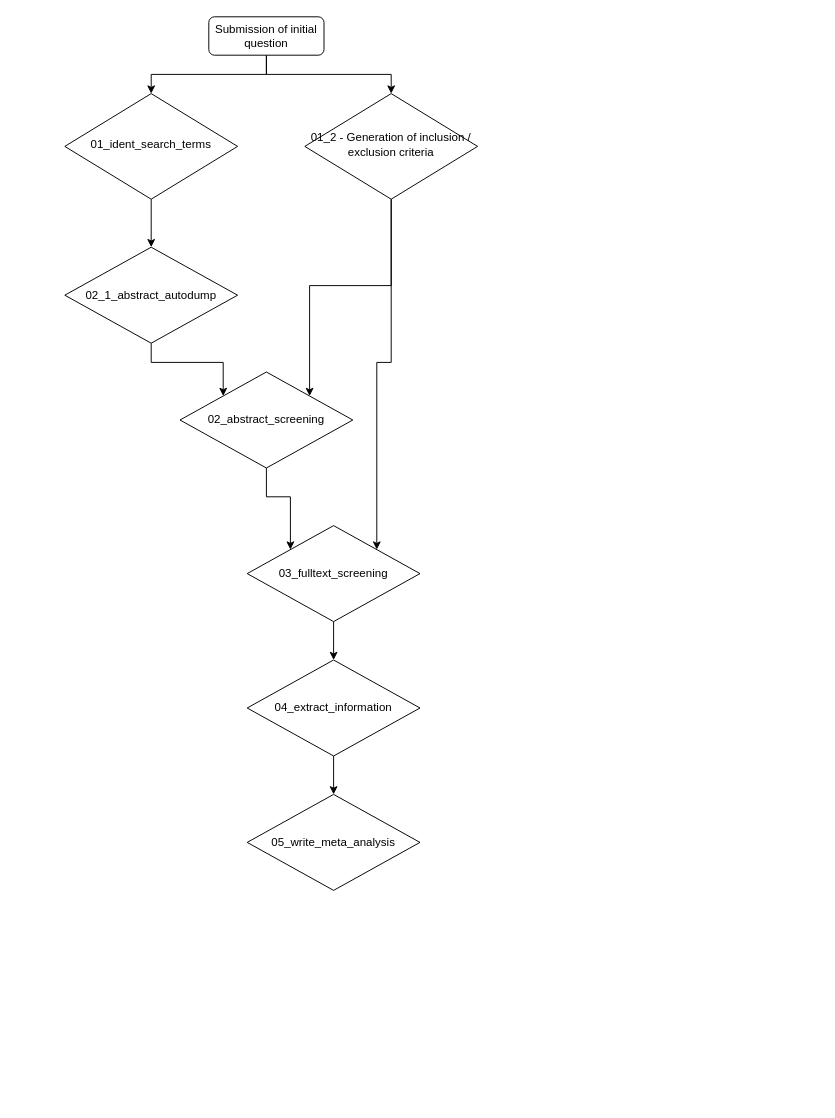
Above: Flowchart.drawio in StudentNOS/MA-LLM (draw.io), before the change. Source tidied: cells renumbered, new cells numbered last; positions are measured from the earlier drawing's top-left corner, leaving out a move shared by most shapes. Both pictures are drawn from the tidied source at 96%, with x=0, y=0 at pixel (64, 16).
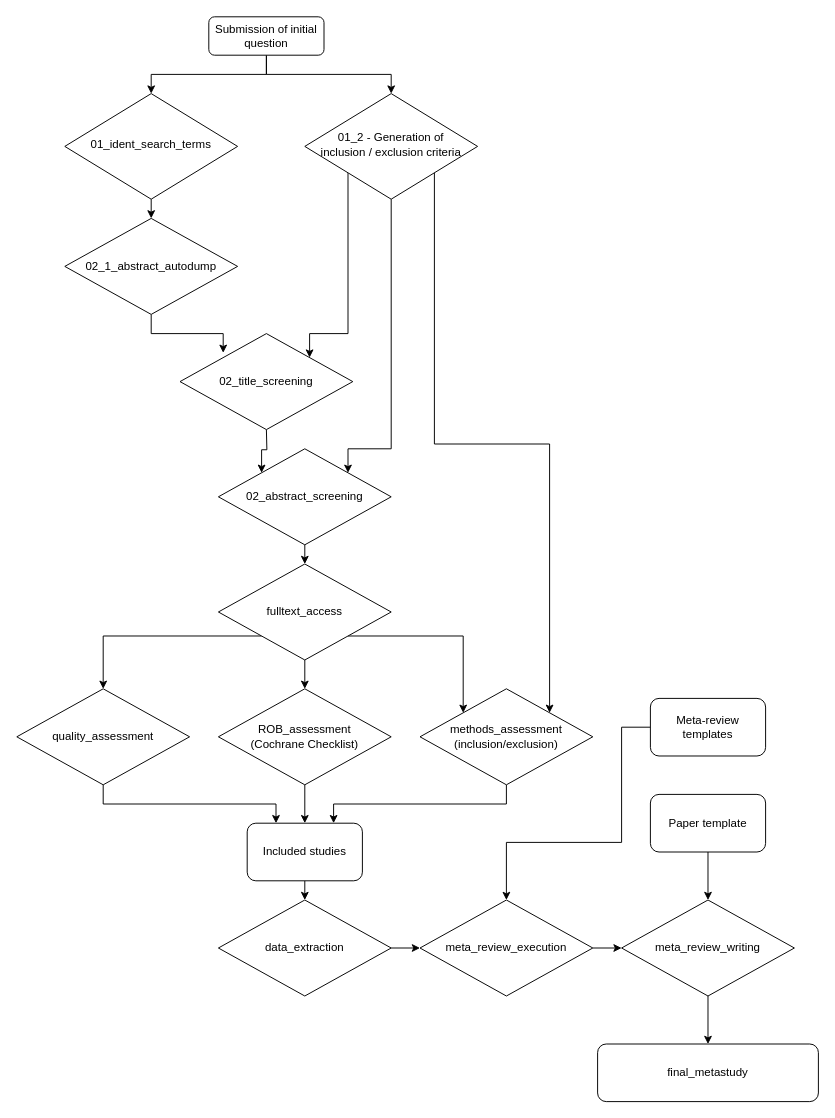
Above is the later version.

Diff of the diagram source:
```diff
@@
+    <mxCell id="19" style="edgeStyle=orthogonalEdgeStyle;rounded=0;jettySize=auto;html=1;exitX=0;exitY=1;exitDx=0;exitDy=0;entryX=1;entryY=0;entryDx=0;entryDy=0;" parent="1" edge="1" source="9" target="25">
+      <mxGeometry relative="1" as="geometry">
+        <Array as="points">
+          <mxPoint x="295" y="330" />
+          <mxPoint x="255" y="330" />
+        </Array>
+      </mxGeometry>
+    </mxCell>
-    <mxCell id="7" style="edgeStyle=orthogonalEdgeStyle;rounded=0;jettySize=auto;html=1;entryX=1;entryY=0;entryDx=0;entryDy=0;exitX=0.5;exitY=1;exitDx=0;exitDy=0;" parent="1" edge="1" source="9" target="13">
-      <mxGeometry relative="1" as="geometry" />
+    <mxCell id="7" style="edgeStyle=orthogonalEdgeStyle;rounded=0;jettySize=auto;html=1;exitX=0.5;exitY=1;exitDx=0;exitDy=0;entryX=1;entryY=0;entryDx=0;entryDy=0;" parent="1" edge="1" source="9" target="13">
+      <mxGeometry relative="1" as="geometry">
+        <Array as="points">
+          <mxPoint x="340" y="450" />
+          <mxPoint x="295" y="450" />
+        </Array>
+      </mxGeometry>
     </mxCell>
-    <mxCell id="8" style="edgeStyle=orthogonalEdgeStyle;rounded=0;jettySize=auto;html=1;entryX=1;entryY=0;entryDx=0;entryDy=0;" parent="1" edge="1" source="9" target="15">
-      <mxGeometry relative="1" as="geometry" />
-    </mxCell>
+    <mxCell id="20" style="edgeStyle=orthogonalEdgeStyle;rounded=0;jettySize=auto;html=1;exitX=1;exitY=1;exitDx=0;exitDy=0;entryX=1;entryY=0;entryDx=0;entryDy=0;" parent="1" edge="1" source="9" target="18">
+      <mxGeometry relative="1" as="geometry" />
+    </mxCell>
-    <mxCell id="9" value="01_2 - Generation of inclusion / exclusion criteria" style="rhombus;whiteSpace=wrap;html=1;shadow=0;fontFamily=Helvetica;fontSize=12;align=center;strokeWidth=1;spacing=6;spacingTop=-4;" parent="1" vertex="1">
+    <mxCell id="9" value="01_2 - Generation of &lt;br&gt;inclusion / exclusion criteria" style="rhombus;whiteSpace=wrap;html=1;shadow=0;fontFamily=Helvetica;fontSize=12;align=center;strokeWidth=1;spacing=6;spacingTop=-4;" parent="1" vertex="1">
       <mxGeometry x="250" y="80" width="180" height="110" as="geometry" />
     </mxCell>
-    <mxCell id="10" style="edgeStyle=orthogonalEdgeStyle;rounded=0;jettySize=auto;html=1;exitX=0.5;exitY=1;exitDx=0;exitDy=0;entryX=0;entryY=0;entryDx=0;entryDy=0;" parent="1" edge="1" source="11" target="13">
-      <mxGeometry relative="1" as="geometry" />
+    <mxCell id="10" style="edgeStyle=orthogonalEdgeStyle;rounded=0;jettySize=auto;html=1;exitX=0.5;exitY=1;exitDx=0;exitDy=0;entryX=0.25;entryY=0.2;entryDx=0;entryDy=0;entryPerimeter=0;" parent="1" edge="1" source="11" target="25">
+      <mxGeometry relative="1" as="geometry">
+        <Array as="points">
+          <mxPoint x="90" y="330" />
+          <mxPoint x="165" y="330" />
+        </Array>
+      </mxGeometry>
     </mxCell>
     <mxCell id="11" value="02_1_abstract_autodump" style="rhombus;whiteSpace=wrap;html=1;" parent="1" vertex="1">
-      <mxGeometry y="240" width="180" height="100" as="geometry" />
+      <mxGeometry y="210" width="180" height="100" as="geometry" />
     </mxCell>
-    <mxCell id="12" style="edgeStyle=orthogonalEdgeStyle;rounded=0;jettySize=auto;html=1;exitX=0.5;exitY=1;exitDx=0;exitDy=0;entryX=0;entryY=0;entryDx=0;entryDy=0;" parent="1" edge="1" source="13" target="15">
-      <mxGeometry relative="1" as="geometry" />
-    </mxCell>
+    <mxCell id="21" style="edgeStyle=orthogonalEdgeStyle;rounded=0;jettySize=auto;html=1;exitX=0.5;exitY=1;exitDx=0;exitDy=0;entryX=0.5;entryY=0;entryDx=0;entryDy=0;" parent="1" edge="1" source="13" target="29">
+      <mxGeometry relative="1" as="geometry" />
+    </mxCell>
     <mxCell id="13" value="02_abstract_screening" style="rhombus;whiteSpace=wrap;html=1;" parent="1" vertex="1">
-      <mxGeometry x="120" y="370" width="180" height="100" as="geometry" />
+      <mxGeometry x="160" y="450" width="180" height="100" as="geometry" />
     </mxCell>
-    <mxCell id="14" style="edgeStyle=orthogonalEdgeStyle;rounded=0;jettySize=auto;html=1;exitX=0.5;exitY=1;exitDx=0;exitDy=0;entryX=0.5;entryY=0;entryDx=0;entryDy=0;" parent="1" edge="1" source="15" target="17">
-      <mxGeometry relative="1" as="geometry" />
-    </mxCell>
+    <mxCell id="22" style="edgeStyle=orthogonalEdgeStyle;rounded=0;jettySize=auto;html=1;exitX=0.5;exitY=1;exitDx=0;exitDy=0;entryX=0.25;entryY=0;entryDx=0;entryDy=0;" parent="1" edge="1" source="15" target="32">
+      <mxGeometry relative="1" as="geometry" />
+    </mxCell>
-    <mxCell id="15" value="03_fulltext_screening" style="rhombus;whiteSpace=wrap;html=1;" parent="1" vertex="1">
-      <mxGeometry x="190" y="530" width="180" height="100" as="geometry" />
+    <mxCell id="15" value="quality_assessment" style="rhombus;whiteSpace=wrap;html=1;" parent="1" vertex="1">
+      <mxGeometry x="-50" y="700" width="180" height="100" as="geometry" />
     </mxCell>
-    <mxCell id="16" style="edgeStyle=orthogonalEdgeStyle;rounded=0;jettySize=auto;html=1;exitX=0.5;exitY=1;exitDx=0;exitDy=0;entryX=0.5;entryY=0;entryDx=0;entryDy=0;" parent="1" edge="1" source="17" target="18">
-      <mxGeometry relative="1" as="geometry" />
-    </mxCell>
+    <mxCell id="23" style="edgeStyle=orthogonalEdgeStyle;rounded=0;jettySize=auto;html=1;exitX=0.5;exitY=1;exitDx=0;exitDy=0;entryX=0.5;entryY=0;entryDx=0;entryDy=0;" parent="1" edge="1" source="17" target="32">
+      <mxGeometry relative="1" as="geometry" />
+    </mxCell>
-    <mxCell id="17" value="04_extract_information" style="rhombus;whiteSpace=wrap;html=1;" parent="1" vertex="1">
-      <mxGeometry x="190" y="670" width="180" height="100" as="geometry" />
+    <mxCell id="17" value="ROB_assessment &lt;br&gt;(Cochrane Checklist)" style="rhombus;whiteSpace=wrap;html=1;" parent="1" vertex="1">
+      <mxGeometry x="160" y="700" width="180" height="100" as="geometry" />
     </mxCell>
+    <mxCell id="24" style="edgeStyle=orthogonalEdgeStyle;rounded=0;jettySize=auto;html=1;exitX=0.5;exitY=1;exitDx=0;exitDy=0;entryX=0;entryY=0;entryDx=0;entryDy=0;" parent="1" edge="1" target="13">
+      <mxGeometry relative="1" as="geometry">
+        <mxPoint x="210" y="430" as="sourcePoint" />
+      </mxGeometry>
+    </mxCell>
+    <mxCell id="25" value="02_title_screening" style="rhombus;whiteSpace=wrap;html=1;" parent="1" vertex="1">
+      <mxGeometry x="120" y="330" width="180" height="100" as="geometry" />
+    </mxCell>
+    <mxCell id="26" style="edgeStyle=orthogonalEdgeStyle;rounded=0;jettySize=auto;html=1;exitX=0;exitY=1;exitDx=0;exitDy=0;entryX=0.5;entryY=0;entryDx=0;entryDy=0;" parent="1" edge="1" source="29" target="15">
+      <mxGeometry relative="1" as="geometry" />
+    </mxCell>
+    <mxCell id="27" style="edgeStyle=orthogonalEdgeStyle;rounded=0;jettySize=auto;html=1;exitX=0.5;exitY=1;exitDx=0;exitDy=0;entryX=0.5;entryY=0;entryDx=0;entryDy=0;" parent="1" edge="1" source="29" target="17">
+      <mxGeometry relative="1" as="geometry" />
+    </mxCell>
+    <mxCell id="28" style="edgeStyle=orthogonalEdgeStyle;rounded=0;jettySize=auto;html=1;exitX=1;exitY=1;exitDx=0;exitDy=0;entryX=0;entryY=0;entryDx=0;entryDy=0;" parent="1" edge="1" source="29" target="18">
+      <mxGeometry relative="1" as="geometry" />
+    </mxCell>
+    <mxCell id="29" value="fulltext_access" style="rhombus;whiteSpace=wrap;html=1;" parent="1" vertex="1">
+      <mxGeometry x="160" y="570" width="180" height="100" as="geometry" />
+    </mxCell>
+    <mxCell id="30" style="edgeStyle=orthogonalEdgeStyle;rounded=0;jettySize=auto;html=1;exitX=0.5;exitY=1;exitDx=0;exitDy=0;entryX=0.75;entryY=0;entryDx=0;entryDy=0;" parent="1" edge="1" source="18" target="32">
+      <mxGeometry relative="1" as="geometry" />
+    </mxCell>
-    <mxCell id="18" value="05_write_meta_analysis" style="rhombus;whiteSpace=wrap;html=1;" parent="1" vertex="1">
-      <mxGeometry x="190" y="810" width="180" height="100" as="geometry" />
+    <mxCell id="18" value="methods_assessment&lt;br&gt;(inclusion/exclusion)" style="rhombus;whiteSpace=wrap;html=1;" parent="1" vertex="1">
+      <mxGeometry x="370" y="700" width="180" height="100" as="geometry" />
     </mxCell>
+    <mxCell id="31" style="edgeStyle=orthogonalEdgeStyle;rounded=0;jettySize=auto;html=1;exitX=0.5;exitY=1;exitDx=0;exitDy=0;entryX=0.5;entryY=0;entryDx=0;entryDy=0;" parent="1" edge="1" source="32" target="34">
+      <mxGeometry relative="1" as="geometry" />
+    </mxCell>
+    <mxCell id="32" value="Included studies" style="rounded=1;whiteSpace=wrap;html=1;" parent="1" vertex="1">
+      <mxGeometry x="190" y="840" width="120" height="60" as="geometry" />
+    </mxCell>
+    <mxCell id="33" style="edgeStyle=orthogonalEdgeStyle;rounded=0;jettySize=auto;html=1;exitX=1;exitY=0.5;exitDx=0;exitDy=0;entryX=0;entryY=0.5;entryDx=0;entryDy=0;" parent="1" edge="1" source="34" target="36">
+      <mxGeometry relative="1" as="geometry" />
+    </mxCell>
+    <mxCell id="34" value="data_extraction" style="rhombus;whiteSpace=wrap;html=1;" parent="1" vertex="1">
+      <mxGeometry x="160" y="920" width="180" height="100" as="geometry" />
+    </mxCell>
+    <mxCell id="35" style="edgeStyle=orthogonalEdgeStyle;rounded=0;jettySize=auto;html=1;exitX=1;exitY=0.5;exitDx=0;exitDy=0;entryX=0;entryY=0.5;entryDx=0;entryDy=0;" parent="1" edge="1" source="36" target="38">
+      <mxGeometry relative="1" as="geometry" />
+    </mxCell>
+    <mxCell id="36" value="meta_review_execution" style="rhombus;whiteSpace=wrap;html=1;" parent="1" vertex="1">
+      <mxGeometry x="370" y="920" width="180" height="100" as="geometry" />
+    </mxCell>
+    <mxCell id="37" style="edgeStyle=orthogonalEdgeStyle;rounded=0;jettySize=auto;html=1;exitX=0.5;exitY=1;exitDx=0;exitDy=0;entryX=0.5;entryY=0;entryDx=0;entryDy=0;" parent="1" edge="1" source="38" target="43">
+      <mxGeometry relative="1" as="geometry" />
+    </mxCell>
+    <mxCell id="38" value="meta_review_writing" style="rhombus;whiteSpace=wrap;html=1;" parent="1" vertex="1">
+      <mxGeometry x="580" y="920" width="180" height="100" as="geometry" />
+    </mxCell>
+    <mxCell id="39" style="edgeStyle=orthogonalEdgeStyle;rounded=0;jettySize=auto;html=1;exitX=0;exitY=0.5;exitDx=0;exitDy=0;entryX=0.5;entryY=0;entryDx=0;entryDy=0;" parent="1" edge="1" source="40" target="36">
+      <mxGeometry relative="1" as="geometry">
+        <Array as="points">
+          <mxPoint x="580" y="740" />
+          <mxPoint x="580" y="860" />
+          <mxPoint x="460" y="860" />
+        </Array>
+      </mxGeometry>
+    </mxCell>
+    <mxCell id="40" value="Meta-review templates" style="rounded=1;whiteSpace=wrap;html=1;" parent="1" vertex="1">
+      <mxGeometry x="610" y="710" width="120" height="60" as="geometry" />
+    </mxCell>
+    <mxCell id="41" style="edgeStyle=orthogonalEdgeStyle;rounded=0;jettySize=auto;html=1;" parent="1" edge="1" source="42" target="38">
+      <mxGeometry relative="1" as="geometry" />
+    </mxCell>
+    <mxCell id="42" value="Paper template" style="rounded=1;whiteSpace=wrap;html=1;" parent="1" vertex="1">
+      <mxGeometry x="610" y="810" width="120" height="60" as="geometry" />
+    </mxCell>
+    <mxCell id="43" value="final_metastudy" style="rounded=1;whiteSpace=wrap;html=1;" parent="1" vertex="1">
+      <mxGeometry x="555" y="1070" width="230" height="60" as="geometry" />
+    </mxCell>
```
